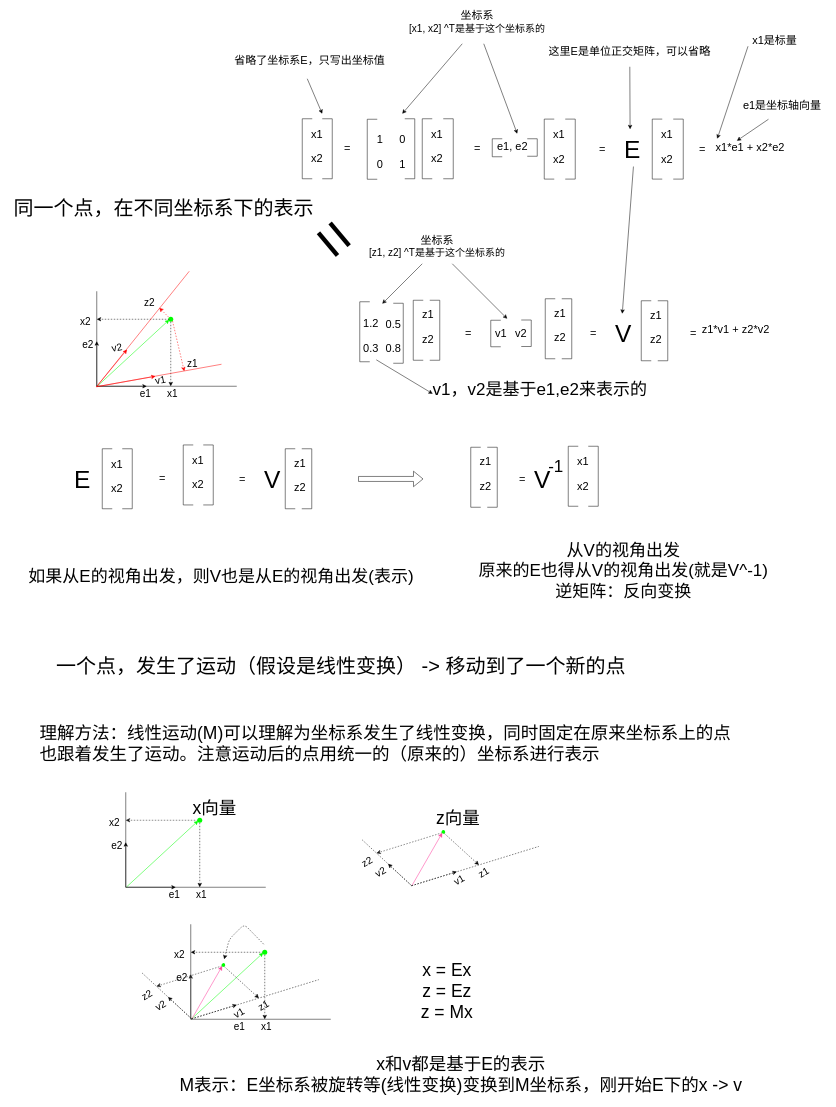
Above: page "矩阵变换的理解" (1 of 3) of images/2023/power-of-matrix/power-of-matrix.drawio in wumin199/wm-blog-image (draw.io), before the change. Source tidied: cells renumbered, new cells numbered last; positions are measured from the earlier drawing's top-left corner, leaving out a move shared by most shapes. Both pictures are drawn from the tidied source at 50%, with x=0, y=0 at pixel (8, 8).
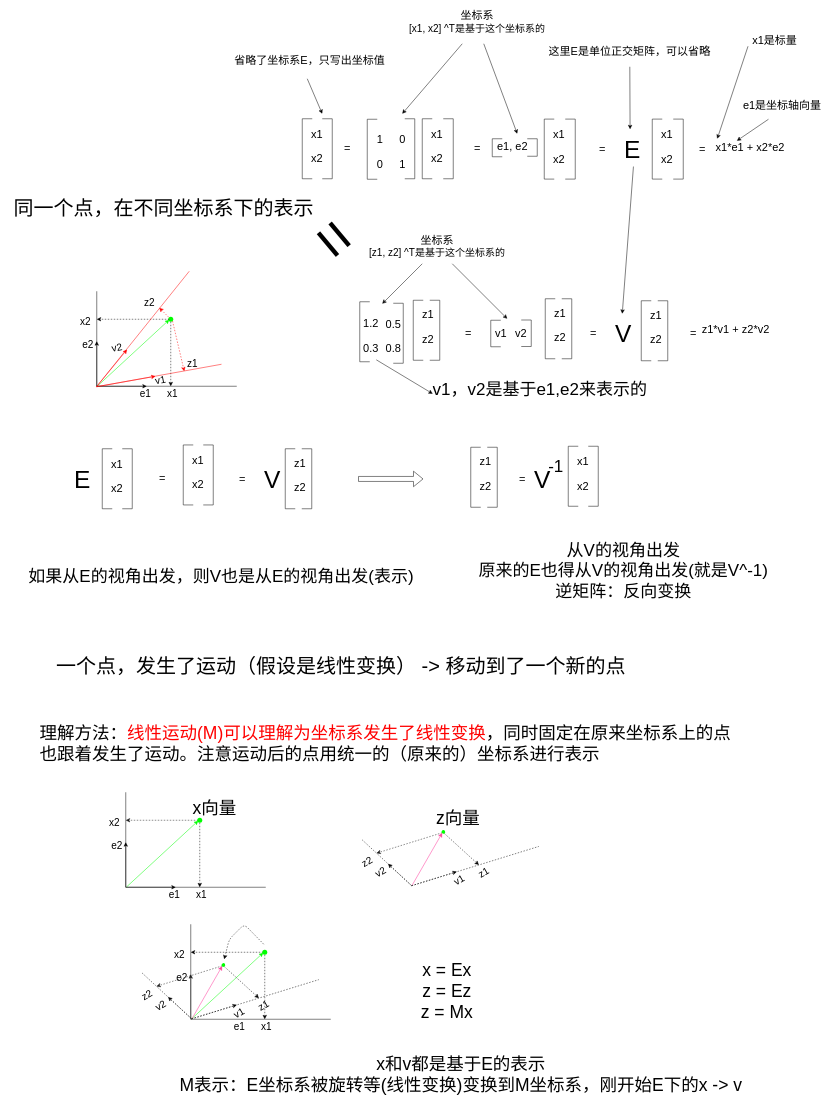
Above is the later version.

Diff of the diagram source:
```diff
@@
-    <mxCell id="90" value="理解方法：线性运动(M)可以理解为坐标系发生了线性变换，同时固定在原来坐标系上的点也跟着发生了运动。注意运动后的点用统一的（原来的）坐标系进行表示" style="text;strokeColor=none;align=left;fillColor=none;html=1;verticalAlign=middle;whiteSpace=wrap;rounded=0;strokeWidth=27;fontSize=35;fontColor=#000000;" parent="1" vertex="1">
+    <mxCell id="90" value="理解方法：&lt;font color=&quot;#ff0000&quot;&gt;线性运动(M)可以理解为坐标系发生了线性变换&lt;/font&gt;，同时固定在原来坐标系上的点也跟着发生了运动。注意运动后的点用统一的（原来的）坐标系进行表示" style="text;strokeColor=none;align=left;fillColor=none;html=1;verticalAlign=middle;whiteSpace=wrap;rounded=0;strokeWidth=27;fontSize=35;fontColor=#000000;" parent="1" vertex="1">
       <mxGeometry x="60" y="1414" width="1391" height="110" as="geometry" />
     </mxCell>
```
